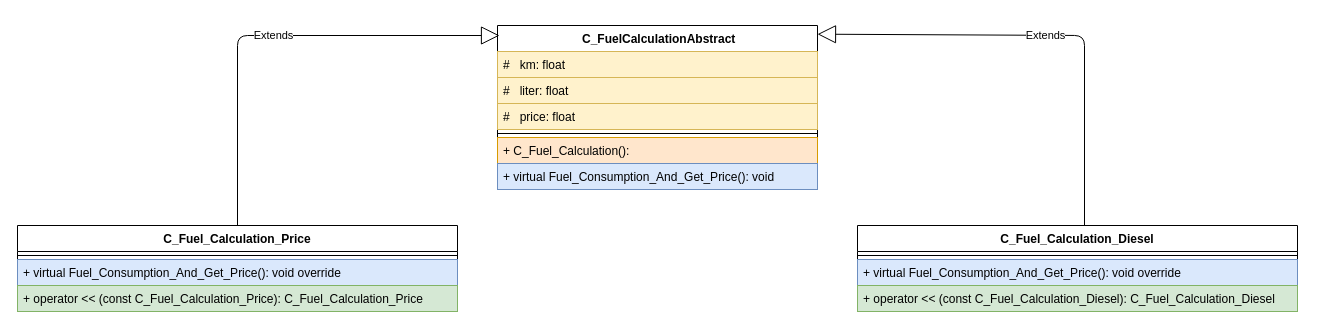
Above: HW+Exam.drawio in Omlet144/UML (draw.io), before the change. Source tidied: cells renumbered, new cells numbered last; positions are measured from the earlier drawing's top-left corner, leaving out a move shared by most shapes. Both pictures are drawn from the tidied source at 100%, with x=0, y=0 at pixel (17, 25).
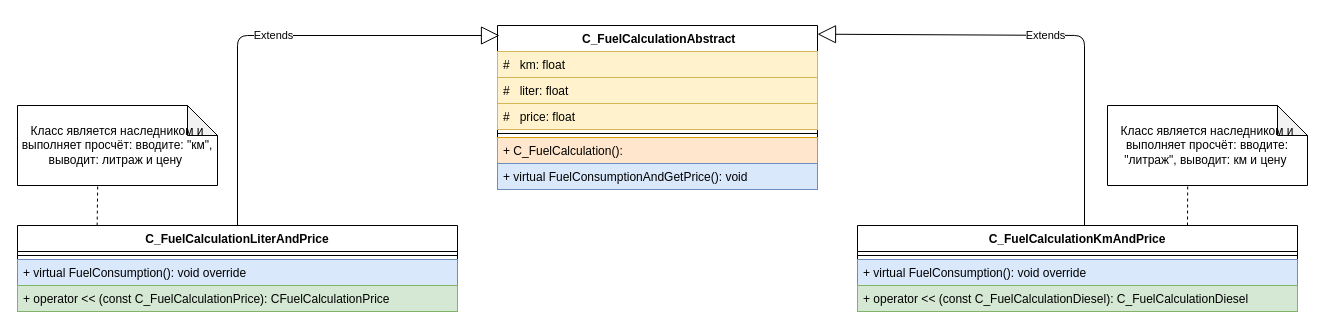
The same page after the edit.

Unchanged cells that the change refers to:
```xml
<mxCell id="2" value=" С_FuelСalculationAbstract" style="swimlane;fontStyle=1;align=center;verticalAlign=top;horizontal=1;startSize=26;" parent="1" vertex="1">
  <mxGeometry x="480" width="320" height="164" as="geometry" />
</mxCell>
```

The edit, as a diff of the source:
```diff
@@
-    <mxCell id="7" value="+ С_Fuel_Сalculation():" style="text;strokeColor=#d79b00;fillColor=#ffe6cc;align=left;verticalAlign=top;spacingLeft=4;spacingRight=4;overflow=hidden;" parent="2" vertex="1">
+    <mxCell id="7" value="+ С_FuelСalculation():" style="text;strokeColor=#d79b00;fillColor=#ffe6cc;align=left;verticalAlign=top;spacingLeft=4;spacingRight=4;overflow=hidden;" parent="2" vertex="1">
       <mxGeometry y="112" width="320" height="26" as="geometry" />
     </mxCell>
-    <mxCell id="8" value="+ virtual Fuel_Consumption_And_Get_Price(): void " style="text;strokeColor=#6c8ebf;fillColor=#dae8fc;align=left;verticalAlign=top;spacingLeft=4;spacingRight=4;overflow=hidden;" parent="2" vertex="1">
+    <mxCell id="8" value="+ virtual FuelConsumptionAndGetPrice(): void " style="text;strokeColor=#6c8ebf;fillColor=#dae8fc;align=left;verticalAlign=top;spacingLeft=4;spacingRight=4;overflow=hidden;" parent="2" vertex="1">
       <mxGeometry y="138" width="320" height="26" as="geometry" />
     </mxCell>
-    <mxCell id="9" value="С_Fuel_Сalculation_Diesel" style="swimlane;fontStyle=1;align=center;verticalAlign=top;horizontal=1;startSize=26;" parent="1" vertex="1">
+    <mxCell id="9" value="С_FuelСalculationKmAndPrice" style="swimlane;fontStyle=1;align=center;verticalAlign=top;horizontal=1;startSize=26;" parent="1" vertex="1">
       <mxGeometry x="840" y="200" width="440" height="86" as="geometry" />
     </mxCell>
@@
-    <mxCell id="11" value="+ virtual Fuel_Consumption_And_Get_Price(): void override" style="text;strokeColor=#6c8ebf;fillColor=#dae8fc;align=left;verticalAlign=top;spacingLeft=4;spacingRight=4;overflow=hidden;" parent="9" vertex="1">
+    <mxCell id="11" value="+ virtual FuelConsumption(): void override" style="text;strokeColor=#6c8ebf;fillColor=#dae8fc;align=left;verticalAlign=top;spacingLeft=4;spacingRight=4;overflow=hidden;" parent="9" vertex="1">
       <mxGeometry y="34" width="440" height="26" as="geometry" />
     </mxCell>
-    <mxCell id="12" value="+ operator &lt;&lt; (const С_Fuel_Сalculation_Diesel): С_Fuel_Сalculation_Diesel" style="text;strokeColor=#82b366;fillColor=#d5e8d4;align=left;verticalAlign=top;spacingLeft=4;spacingRight=4;overflow=hidden;" parent="9" vertex="1">
+    <mxCell id="12" value="+ operator &lt;&lt; (const С_FuelСalculationDiesel): С_FuelСalculationDiesel" style="text;strokeColor=#82b366;fillColor=#d5e8d4;align=left;verticalAlign=top;spacingLeft=4;spacingRight=4;overflow=hidden;" parent="9" vertex="1">
       <mxGeometry y="60" width="440" height="26" as="geometry" />
     </mxCell>
-    <mxCell id="13" value="С_Fuel_Сalculation_Price" style="swimlane;fontStyle=1;align=center;verticalAlign=top;horizontal=1;startSize=26;" parent="1" vertex="1">
+    <mxCell id="13" value="С_FuelСalculationLiterAndPrice" style="swimlane;fontStyle=1;align=center;verticalAlign=top;horizontal=1;startSize=26;" parent="1" vertex="1">
       <mxGeometry y="200" width="440" height="86" as="geometry" />
     </mxCell>
@@
-    <mxCell id="15" value="+ virtual Fuel_Consumption_And_Get_Price(): void override" style="text;strokeColor=#6c8ebf;fillColor=#dae8fc;align=left;verticalAlign=top;spacingLeft=4;spacingRight=4;overflow=hidden;" parent="13" vertex="1">
+    <mxCell id="15" value="+ virtual FuelConsumption(): void override" style="text;strokeColor=#6c8ebf;fillColor=#dae8fc;align=left;verticalAlign=top;spacingLeft=4;spacingRight=4;overflow=hidden;" parent="13" vertex="1">
       <mxGeometry y="34" width="440" height="26" as="geometry" />
     </mxCell>
-    <mxCell id="16" value="+ operator &lt;&lt; (const С_Fuel_Сalculation_Price): С_Fuel_Сalculation_Price" style="text;strokeColor=#82b366;fillColor=#d5e8d4;align=left;verticalAlign=top;spacingLeft=4;spacingRight=4;overflow=hidden;" parent="13" vertex="1">
+    <mxCell id="16" value="+ operator &lt;&lt; (const С_FuelСalculationPrice): СFuelСalculationPrice" style="text;strokeColor=#82b366;fillColor=#d5e8d4;align=left;verticalAlign=top;spacingLeft=4;spacingRight=4;overflow=hidden;" parent="13" vertex="1">
       <mxGeometry y="60" width="440" height="26" as="geometry" />
     </mxCell>
@@
+    <mxCell id="19" value="Класс является наследником и выполняет просчёт: вводите: &quot;км&quot;, выводит: литраж и цену&amp;nbsp;" style="shape=note;whiteSpace=wrap;html=1;backgroundOutline=1;darkOpacity=0.05;" parent="1" vertex="1">
+      <mxGeometry y="80" width="200" height="80" as="geometry" />
+    </mxCell>
+    <mxCell id="20" style="endArrow=none;dashed=1;html=1;exitX=0.181;exitY=0.001;exitDx=0;exitDy=0;exitPerimeter=0;entryX=0.401;entryY=0.993;entryDx=0;entryDy=0;entryPerimeter=0;" parent="1" edge="1" source="13" target="19">
+      <mxGeometry relative="1" as="geometry" />
+    </mxCell>
+    <mxCell id="21" value="Класс является наследником и выполняет просчёт: вводите: &quot;литраж&quot;, выводит: км и цену&amp;nbsp;" style="shape=note;whiteSpace=wrap;html=1;backgroundOutline=1;darkOpacity=0.05;" parent="1" vertex="1">
+      <mxGeometry x="1090" y="80" width="200" height="80" as="geometry" />
+    </mxCell>
+    <mxCell id="22" style="endArrow=none;dashed=1;html=1;exitX=0.75;exitY=0;exitDx=0;exitDy=0;entryX=0.401;entryY=0.993;entryDx=0;entryDy=0;entryPerimeter=0;" parent="1" edge="1" source="9" target="21">
+      <mxGeometry relative="1" as="geometry" />
+    </mxCell>
```
